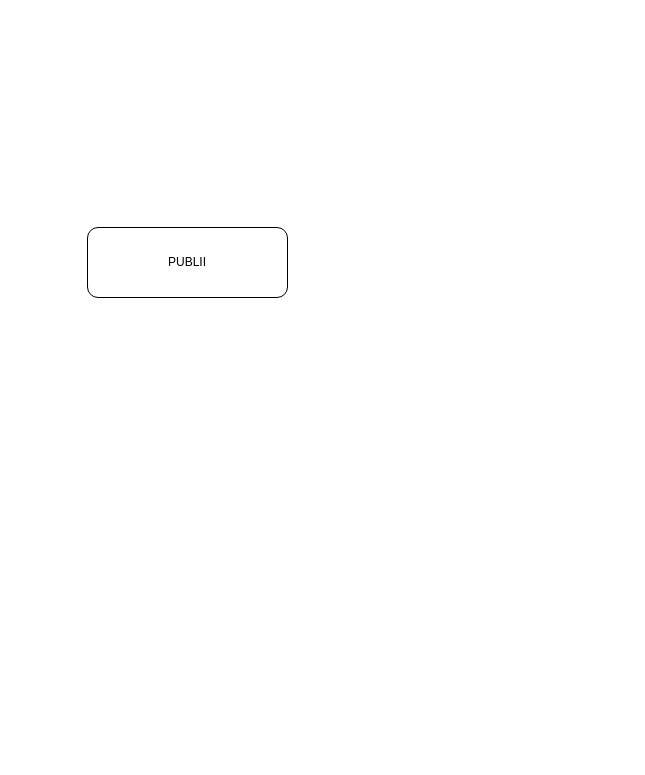
johnnyitd/vb keeps this draw.io diagram as Диаграмма без названия.drawio. Above is the earlier version. Source tidied: cells renumbered, new cells numbered last; positions are measured from the earlier drawing's top-left corner, leaving out a move shared by most shapes. Both pictures are drawn from the tidied source at 100%, with x=0, y=0 at pixel (87, 227).
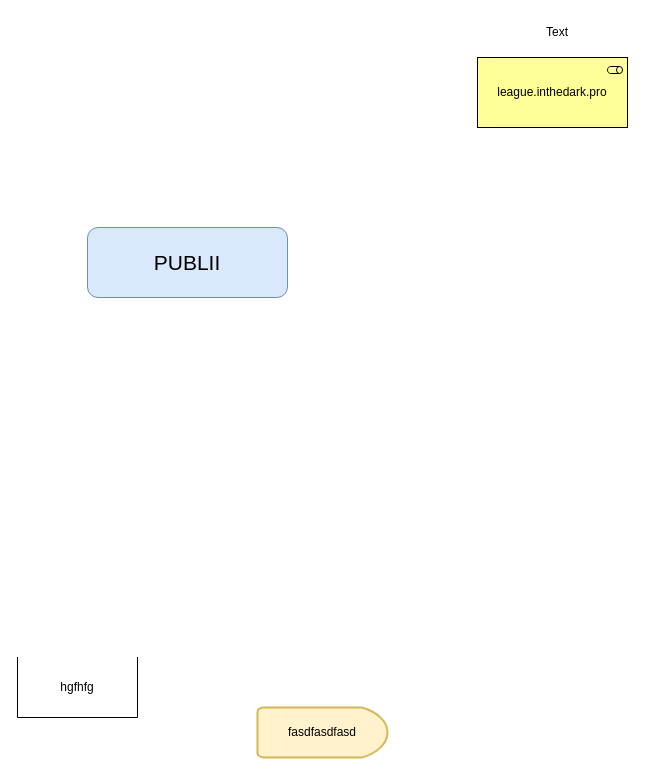
Above is the later version.

What changed in the source:
```diff
@@
 <mxGraphModel>
   <root>
     <mxCell id="0" />
     <mxCell id="1" parent="0" />
-    <mxCell id="2" value="PUBLII" style="rounded=1;whiteSpace=wrap;html=1;" parent="1" vertex="1">
+    <mxCell id="2" value="PUBLII" style="rounded=1;whiteSpace=wrap;html=1;fillColor=#dae8fc;strokeColor=#6c8ebf;fontSize=21;" parent="1" vertex="1">
       <mxGeometry width="200" height="70" as="geometry" />
     </mxCell>
+    <mxCell id="3" value="hgfhfg" style="shape=partialRectangle;whiteSpace=wrap;html=1;bottom=1;right=1;left=1;top=0;fillColor=none;routingCenterX=-0.5;" parent="1" vertex="1">
+      <mxGeometry x="-70" y="430" width="120" height="60" as="geometry" />
+    </mxCell>
+    <mxCell id="4" value="fasdfasdfasd" style="strokeWidth=2;html=1;shape=mxgraph.flowchart.delay;whiteSpace=wrap;fillColor=#fff2cc;strokeColor=#d6b656;" parent="1" vertex="1">
+      <mxGeometry x="170" y="480" width="130" height="50" as="geometry" />
+    </mxCell>
+    <mxCell id="5" value="league.inthedark.pro" style="html=1;whiteSpace=wrap;fillColor=#ffff99;shape=mxgraph.archimate.application;appType=role;" parent="1" vertex="1">
+      <mxGeometry x="390" y="-170" width="150" height="70" as="geometry" />
+    </mxCell>
+    <mxCell id="6" value="Text" style="text;strokeColor=none;align=center;fillColor=none;html=1;verticalAlign=middle;whiteSpace=wrap;rounded=0;" parent="1" vertex="1">
+      <mxGeometry x="440" y="-210" width="60" height="30" as="geometry" />
+    </mxCell>
   </root>
 </mxGraphModel>
```
